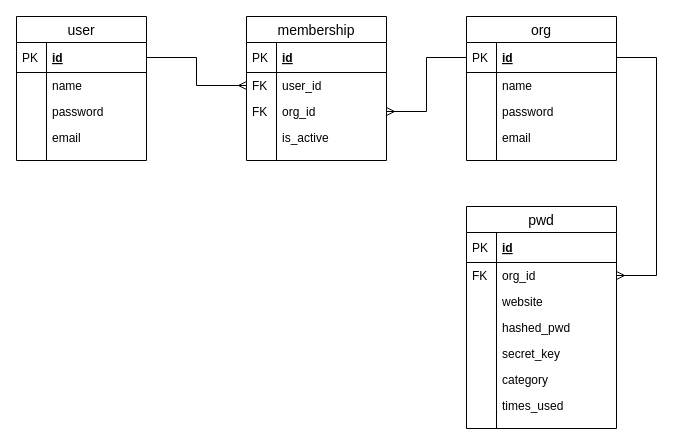
Above: ERD.drawio in Team-MTJ/Lockr (draw.io), before the change. Source tidied: cells renumbered, new cells numbered last; positions are measured from the earlier drawing's top-left corner, leaving out a move shared by most shapes. Both pictures are drawn from the tidied source at 100%, with x=0, y=0 at pixel (16, 16).
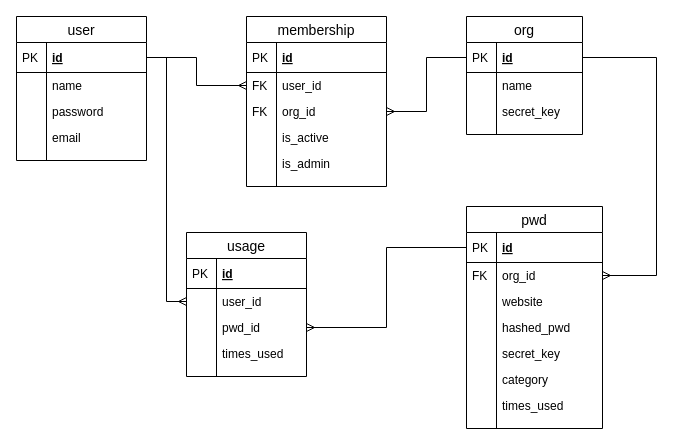
The same page after the edit.

Unchanged cells that the change refers to:
```xml
<mxCell id="3" value="id" style="shape=partialRectangle;top=0;left=0;right=0;bottom=1;align=left;verticalAlign=middle;fillColor=none;spacingLeft=34;spacingRight=4;overflow=hidden;points=[[0,0.5],[1,0.5]];portConstraint=eastwest;fontStyle=5;fontSize=12;" parent="2" vertex="1">
  <mxGeometry y="26" width="130" height="30" as="geometry" />
</mxCell>
<mxCell id="27" value="user_id" style="shape=partialRectangle;top=0;left=0;right=0;bottom=0;align=left;verticalAlign=top;fillColor=none;spacingLeft=34;spacingRight=4;overflow=hidden;points=[[0,0.5],[1,0.5]];portConstraint=eastwest;fontSize=12;" parent="24" vertex="1">
  <mxGeometry y="56" width="140" height="26" as="geometry" />
</mxCell>
<mxCell id="29" value="org_id" style="shape=partialRectangle;top=0;left=0;right=0;bottom=0;align=left;verticalAlign=top;fillColor=none;spacingLeft=34;spacingRight=4;overflow=hidden;points=[[0,0.5],[1,0.5]];portConstraint=eastwest;fontSize=12;" parent="24" vertex="1">
  <mxGeometry y="82" width="140" height="26" as="geometry" />
</mxCell>
```

Change to the diagram source:
```diff
@@
+    <mxCell id="35" style="edgeStyle=orthogonalEdgeStyle;rounded=0;jettySize=auto;html=1;entryX=0;entryY=0.5;entryDx=0;entryDy=0;fontSize=14;endArrow=ERmany;endFill=0;" parent="1" edge="1" source="3" target="27">
+      <mxGeometry relative="1" as="geometry" />
+    </mxCell>
+    <mxCell id="36" style="edgeStyle=orthogonalEdgeStyle;rounded=0;jettySize=auto;html=1;entryX=1;entryY=0.5;entryDx=0;entryDy=0;endArrow=ERmany;endFill=0;fontSize=14;" parent="1" edge="1" source="14" target="29">
+      <mxGeometry relative="1" as="geometry" />
+    </mxCell>
+    <mxCell id="54" style="edgeStyle=orthogonalEdgeStyle;rounded=0;jettySize=auto;html=1;endArrow=none;endFill=0;fontSize=14;entryX=1;entryY=0.5;entryDx=0;entryDy=0;startArrow=ERmany;startFill=0;" parent="1" edge="1" source="40" target="14">
+      <mxGeometry relative="1" as="geometry">
+        <Array as="points">
+          <mxPoint x="640" y="259" />
+          <mxPoint x="640" y="41" />
+        </Array>
+      </mxGeometry>
+    </mxCell>
+    <mxCell id="55" style="edgeStyle=orthogonalEdgeStyle;rounded=0;jettySize=auto;html=1;exitX=1;exitY=0.5;exitDx=0;exitDy=0;entryX=0;entryY=0.5;entryDx=0;entryDy=0;endArrow=ERmany;endFill=0;" parent="1" edge="1" source="3" target="66">
+      <mxGeometry relative="1" as="geometry" />
+    </mxCell>
+    <mxCell id="56" style="edgeStyle=orthogonalEdgeStyle;rounded=0;jettySize=auto;html=1;exitX=0;exitY=0.5;exitDx=0;exitDy=0;entryX=1;entryY=0.5;entryDx=0;entryDy=0;endArrow=ERmany;endFill=0;" parent="1" edge="1" source="38" target="68">
+      <mxGeometry relative="1" as="geometry" />
+    </mxCell>
@@
     <mxCell id="13" value="org" style="swimlane;fontStyle=0;horizontal=1;startSize=26;align=center;fontSize=14;" parent="1" vertex="1">
-      <mxGeometry x="450" width="150" height="144" as="geometry" />
+      <mxGeometry x="450" width="116" height="118" as="geometry" />
     </mxCell>
     <mxCell id="14" value="id" style="shape=partialRectangle;top=0;left=0;right=0;bottom=1;align=left;verticalAlign=middle;fillColor=none;spacingLeft=34;spacingRight=4;overflow=hidden;points=[[0,0.5],[1,0.5]];portConstraint=eastwest;fontStyle=5;fontSize=12;" parent="13" vertex="1">
-      <mxGeometry y="26" width="150" height="30" as="geometry" />
+      <mxGeometry y="26" width="116" height="30" as="geometry" />
     </mxCell>
@@
     <mxCell id="16" value="name" style="shape=partialRectangle;top=0;left=0;right=0;bottom=0;align=left;verticalAlign=top;fillColor=none;spacingLeft=34;spacingRight=4;overflow=hidden;fontSize=12;" parent="13" vertex="1">
-      <mxGeometry y="56" width="150" height="26" as="geometry" />
+      <mxGeometry y="56" width="116" height="26" as="geometry" />
     </mxCell>
@@
-    <mxCell id="18" value="password" style="shape=partialRectangle;top=0;left=0;right=0;bottom=0;align=left;verticalAlign=top;fillColor=none;spacingLeft=34;spacingRight=4;overflow=hidden;fontSize=12;" parent="13" vertex="1">
-      <mxGeometry y="82" width="150" height="26" as="geometry" />
-    </mxCell>
-    <mxCell id="19" style="shape=partialRectangle;top=0;left=0;bottom=0;fillColor=none;align=left;verticalAlign=top;spacingLeft=4;spacingRight=4;overflow=hidden;fontSize=12;" parent="18" vertex="1">
-      <mxGeometry width="30" height="26" as="geometry" />
-    </mxCell>
-    <mxCell id="20" value="email" style="shape=partialRectangle;top=0;left=0;right=0;bottom=0;align=left;verticalAlign=top;fillColor=none;spacingLeft=34;spacingRight=4;overflow=hidden;fontSize=12;" parent="13" vertex="1">
-      <mxGeometry y="108" width="150" height="26" as="geometry" />
-    </mxCell>
-    <mxCell id="21" style="shape=partialRectangle;top=0;left=0;bottom=0;fillColor=none;align=left;verticalAlign=top;spacingLeft=4;spacingRight=4;overflow=hidden;fontSize=12;" parent="20" vertex="1">
-      <mxGeometry width="30" height="26" as="geometry" />
-    </mxCell>
+    <mxCell id="57" value="secret_key" style="shape=partialRectangle;top=0;left=0;right=0;bottom=0;align=left;verticalAlign=top;fillColor=none;spacingLeft=34;spacingRight=4;overflow=hidden;fontSize=12;" parent="13" vertex="1">
+      <mxGeometry y="82" width="116" height="26" as="geometry" />
+    </mxCell>
+    <mxCell id="58" style="shape=partialRectangle;top=0;left=0;bottom=0;fillColor=none;align=left;verticalAlign=top;spacingLeft=4;spacingRight=4;overflow=hidden;fontSize=12;" parent="57" vertex="1">
+      <mxGeometry width="30" height="26" as="geometry" />
+    </mxCell>
     <mxCell id="22" style="shape=partialRectangle;top=0;left=0;right=0;bottom=0;align=left;verticalAlign=top;fillColor=none;spacingLeft=34;spacingRight=4;overflow=hidden;fontSize=12;" parent="13" vertex="1">
-      <mxGeometry y="134" width="150" height="10" as="geometry" />
+      <mxGeometry y="108" width="116" height="10" as="geometry" />
     </mxCell>
@@
     <mxCell id="24" value="membership" style="swimlane;fontStyle=0;horizontal=1;startSize=26;align=center;fontSize=14;" parent="1" vertex="1">
-      <mxGeometry x="230" width="140" height="144" as="geometry" />
+      <mxGeometry x="230" width="140" height="170" as="geometry" />
     </mxCell>
@@
+    <mxCell id="59" value="is_admin" style="shape=partialRectangle;top=0;left=0;right=0;bottom=0;align=left;verticalAlign=top;fillColor=none;spacingLeft=34;spacingRight=4;overflow=hidden;fontSize=12;" parent="24" vertex="1">
+      <mxGeometry y="134" width="140" height="26" as="geometry" />
+    </mxCell>
+    <mxCell id="60" style="shape=partialRectangle;top=0;left=0;bottom=0;fillColor=none;align=left;verticalAlign=top;spacingLeft=4;spacingRight=4;overflow=hidden;fontSize=12;" parent="59" vertex="1">
+      <mxGeometry width="30" height="26" as="geometry" />
+    </mxCell>
     <mxCell id="33" style="shape=partialRectangle;top=0;left=0;right=0;bottom=0;align=left;verticalAlign=top;fillColor=none;spacingLeft=34;spacingRight=4;overflow=hidden;fontSize=12;" parent="24" vertex="1">
-      <mxGeometry y="134" width="140" height="10" as="geometry" />
+      <mxGeometry y="160" width="140" height="10" as="geometry" />
     </mxCell>
@@
-    <mxCell id="35" style="edgeStyle=orthogonalEdgeStyle;rounded=0;jettySize=auto;html=1;entryX=0;entryY=0.5;entryDx=0;entryDy=0;fontSize=14;endArrow=ERmany;endFill=0;" parent="1" edge="1" source="3" target="27">
-      <mxGeometry relative="1" as="geometry" />
-    </mxCell>
-    <mxCell id="36" style="edgeStyle=orthogonalEdgeStyle;rounded=0;jettySize=auto;html=1;entryX=1;entryY=0.5;entryDx=0;entryDy=0;endArrow=ERmany;endFill=0;fontSize=14;" parent="1" edge="1" source="14" target="29">
-      <mxGeometry relative="1" as="geometry" />
-    </mxCell>
     <mxCell id="37" value="pwd" style="swimlane;fontStyle=0;horizontal=1;startSize=26;align=center;fontSize=14;" parent="1" vertex="1">
-      <mxGeometry x="450" y="190" width="150" height="222" as="geometry" />
+      <mxGeometry x="450" y="190" width="136" height="222" as="geometry" />
     </mxCell>
     <mxCell id="38" value="id" style="shape=partialRectangle;top=0;left=0;right=0;bottom=1;align=left;verticalAlign=middle;fillColor=none;spacingLeft=34;spacingRight=4;overflow=hidden;points=[[0,0.5],[1,0.5]];portConstraint=eastwest;fontStyle=5;fontSize=12;" parent="37" vertex="1">
-      <mxGeometry y="26" width="150" height="30" as="geometry" />
+      <mxGeometry y="26" width="136" height="30" as="geometry" />
     </mxCell>
@@
     <mxCell id="40" value="org_id" style="shape=partialRectangle;top=0;left=0;right=0;bottom=0;align=left;verticalAlign=top;fillColor=none;spacingLeft=34;spacingRight=4;overflow=hidden;points=[[0,0.5],[1,0.5]];portConstraint=eastwest;fontSize=12;" parent="37" vertex="1">
-      <mxGeometry y="56" width="150" height="26" as="geometry" />
+      <mxGeometry y="56" width="136" height="26" as="geometry" />
     </mxCell>
@@
     <mxCell id="42" value="website" style="shape=partialRectangle;top=0;left=0;right=0;bottom=0;align=left;verticalAlign=top;fillColor=none;spacingLeft=34;spacingRight=4;overflow=hidden;fontSize=12;" parent="37" vertex="1">
-      <mxGeometry y="82" width="150" height="26" as="geometry" />
+      <mxGeometry y="82" width="136" height="26" as="geometry" />
     </mxCell>
@@
     <mxCell id="44" value="hashed_pwd" style="shape=partialRectangle;top=0;left=0;right=0;bottom=0;align=left;verticalAlign=top;fillColor=none;spacingLeft=34;spacingRight=4;overflow=hidden;fontSize=12;" parent="37" vertex="1">
-      <mxGeometry y="108" width="150" height="26" as="geometry" />
+      <mxGeometry y="108" width="136" height="26" as="geometry" />
     </mxCell>
@@
     <mxCell id="46" value="secret_key" style="shape=partialRectangle;top=0;left=0;right=0;bottom=0;align=left;verticalAlign=top;fillColor=none;spacingLeft=34;spacingRight=4;overflow=hidden;fontSize=12;" parent="37" vertex="1">
-      <mxGeometry y="134" width="150" height="26" as="geometry" />
+      <mxGeometry y="134" width="136" height="26" as="geometry" />
     </mxCell>
@@
     <mxCell id="48" value="category" style="shape=partialRectangle;top=0;left=0;right=0;bottom=0;align=left;verticalAlign=top;fillColor=none;spacingLeft=34;spacingRight=4;overflow=hidden;fontSize=12;" parent="37" vertex="1">
-      <mxGeometry y="160" width="150" height="26" as="geometry" />
+      <mxGeometry y="160" width="136" height="26" as="geometry" />
     </mxCell>
@@
-    <mxCell id="50" value="times_used" style="shape=partialRectangle;top=0;left=0;right=0;bottom=0;align=left;verticalAlign=top;fillColor=none;spacingLeft=34;spacingRight=4;overflow=hidden;fontSize=12;" parent="37" vertex="1">
-      <mxGeometry y="186" width="150" height="26" as="geometry" />
-    </mxCell>
-    <mxCell id="51" style="shape=partialRectangle;top=0;left=0;bottom=0;fillColor=none;align=left;verticalAlign=top;spacingLeft=4;spacingRight=4;overflow=hidden;fontSize=12;" parent="50" vertex="1">
-      <mxGeometry width="30" height="26" as="geometry" />
-    </mxCell>
+    <mxCell id="61" value="times_used" style="shape=partialRectangle;top=0;left=0;right=0;bottom=0;align=left;verticalAlign=top;fillColor=none;spacingLeft=34;spacingRight=4;overflow=hidden;fontSize=12;" parent="37" vertex="1">
+      <mxGeometry y="186" width="136" height="26" as="geometry" />
+    </mxCell>
+    <mxCell id="62" style="shape=partialRectangle;top=0;left=0;bottom=0;fillColor=none;align=left;verticalAlign=top;spacingLeft=4;spacingRight=4;overflow=hidden;fontSize=12;" parent="61" vertex="1">
+      <mxGeometry width="30" height="26" as="geometry" />
+    </mxCell>
     <mxCell id="52" style="shape=partialRectangle;top=0;left=0;right=0;bottom=0;align=left;verticalAlign=top;fillColor=none;spacingLeft=34;spacingRight=4;overflow=hidden;fontSize=12;" parent="37" vertex="1">
-      <mxGeometry y="212" width="150" height="10" as="geometry" />
+      <mxGeometry y="212" width="136" height="10" as="geometry" />
     </mxCell>
@@
-    <mxCell id="54" style="edgeStyle=orthogonalEdgeStyle;rounded=0;jettySize=auto;html=1;endArrow=none;endFill=0;fontSize=14;entryX=1;entryY=0.5;entryDx=0;entryDy=0;startArrow=ERmany;startFill=0;" parent="1" edge="1" source="40" target="14">
-      <mxGeometry relative="1" as="geometry">
-        <Array as="points">
-          <mxPoint x="640" y="259" />
-          <mxPoint x="640" y="41" />
-        </Array>
-      </mxGeometry>
-    </mxCell>
+    <mxCell id="63" value="usage" style="swimlane;fontStyle=0;horizontal=1;startSize=26;align=center;fontSize=14;" parent="1" vertex="1">
+      <mxGeometry x="170" y="216" width="120" height="144" as="geometry" />
+    </mxCell>
+    <mxCell id="64" value="id" style="shape=partialRectangle;top=0;left=0;right=0;bottom=1;align=left;verticalAlign=middle;fillColor=none;spacingLeft=34;spacingRight=4;overflow=hidden;fontStyle=5;fontSize=12;" parent="63" vertex="1">
+      <mxGeometry y="26" width="120" height="30" as="geometry" />
+    </mxCell>
+    <mxCell id="65" value="PK" style="shape=partialRectangle;top=0;left=0;bottom=0;fillColor=none;align=left;verticalAlign=middle;spacingLeft=4;spacingRight=4;overflow=hidden;fontSize=12;" parent="64" vertex="1">
+      <mxGeometry width="30" height="30" as="geometry" />
+    </mxCell>
+    <mxCell id="66" value="user_id" style="shape=partialRectangle;top=0;left=0;right=0;bottom=0;align=left;verticalAlign=top;fillColor=none;spacingLeft=34;spacingRight=4;overflow=hidden;points=[[0,0.5],[1,0.5]];portConstraint=eastwest;fontSize=12;" parent="63" vertex="1">
+      <mxGeometry y="56" width="120" height="26" as="geometry" />
+    </mxCell>
+    <mxCell id="67" style="shape=partialRectangle;top=0;left=0;bottom=0;fillColor=none;align=left;verticalAlign=top;spacingLeft=4;spacingRight=4;overflow=hidden;fontSize=12;" parent="66" vertex="1">
+      <mxGeometry width="30" height="26" as="geometry" />
+    </mxCell>
+    <mxCell id="68" value="pwd_id" style="shape=partialRectangle;top=0;left=0;right=0;bottom=0;align=left;verticalAlign=top;fillColor=none;spacingLeft=34;spacingRight=4;overflow=hidden;points=[[0,0.5],[1,0.5]];portConstraint=eastwest;fontSize=12;" parent="63" vertex="1">
+      <mxGeometry y="82" width="120" height="26" as="geometry" />
+    </mxCell>
+    <mxCell id="69" style="shape=partialRectangle;top=0;left=0;bottom=0;fillColor=none;align=left;verticalAlign=top;spacingLeft=4;spacingRight=4;overflow=hidden;fontSize=12;" parent="68" vertex="1">
+      <mxGeometry width="30" height="26" as="geometry" />
+    </mxCell>
+    <mxCell id="70" value="times_used" style="shape=partialRectangle;top=0;left=0;right=0;bottom=0;align=left;verticalAlign=top;fillColor=none;spacingLeft=34;spacingRight=4;overflow=hidden;fontSize=12;" parent="63" vertex="1">
+      <mxGeometry y="108" width="120" height="26" as="geometry" />
+    </mxCell>
+    <mxCell id="71" style="shape=partialRectangle;top=0;left=0;bottom=0;fillColor=none;align=left;verticalAlign=top;spacingLeft=4;spacingRight=4;overflow=hidden;fontSize=12;" parent="70" vertex="1">
+      <mxGeometry width="30" height="26" as="geometry" />
+    </mxCell>
+    <mxCell id="72" style="shape=partialRectangle;top=0;left=0;right=0;bottom=0;align=left;verticalAlign=top;fillColor=none;spacingLeft=34;spacingRight=4;overflow=hidden;fontSize=12;" parent="63" vertex="1">
+      <mxGeometry y="134" width="120" height="10" as="geometry" />
+    </mxCell>
+    <mxCell id="73" style="shape=partialRectangle;top=0;left=0;bottom=0;fillColor=none;align=left;verticalAlign=top;spacingLeft=4;spacingRight=4;overflow=hidden;fontSize=12;" parent="72" vertex="1">
+      <mxGeometry width="30" height="10" as="geometry" />
+    </mxCell>
```
